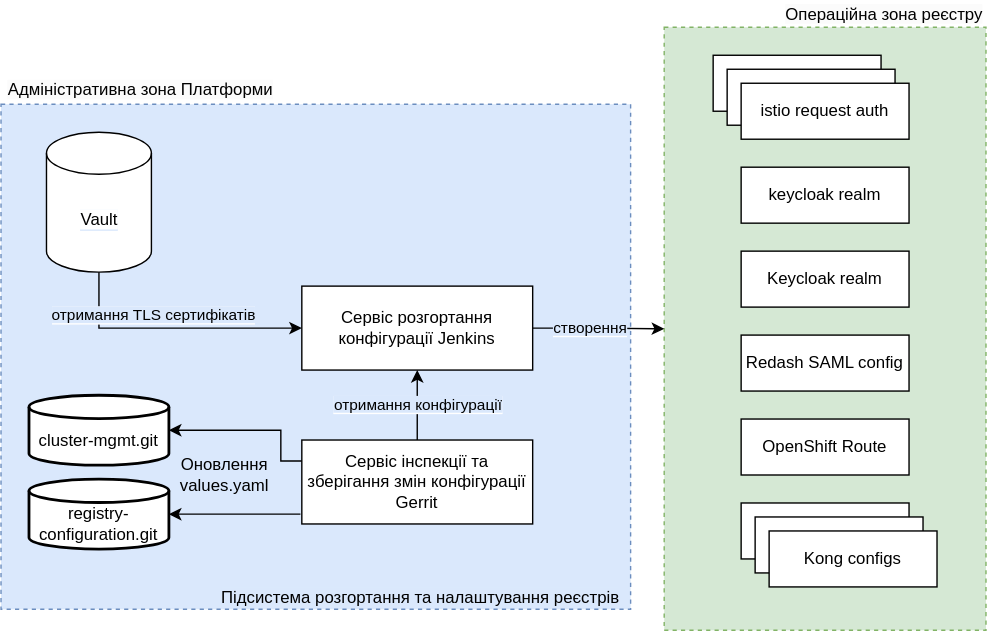
Above: modules/arch/images/architecture-workspace/platform-evolution/keycloak-dns/keycloak-url-configuration-level.svg in epam/edp-ddm-architecture (draw.io), before the change. Source tidied: cells renumbered, new cells last; positions are measured from the earlier drawing's top-left corner, leaving out a move shared by most shapes.
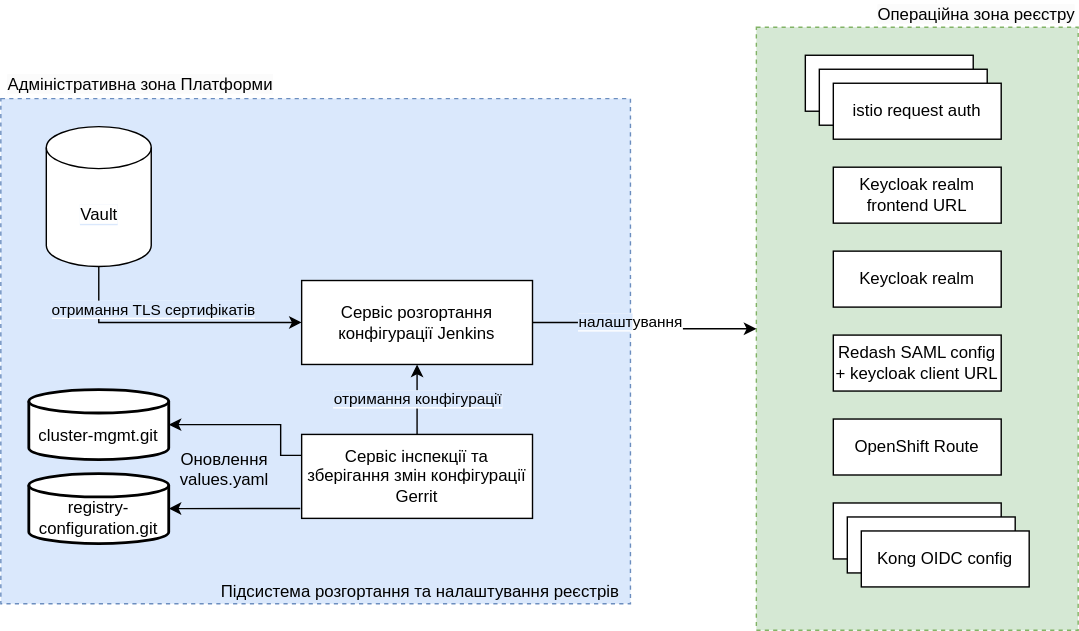
Above is the later version.

Commit message:
[EDP-DDM-22509] update Keycloak dns design

The edit, as a diff of the source:
```diff
@@ -6,39 +6,39 @@
       <mxGeometry x="474" y="19" width="230" height="431" as="geometry" />
     </mxCell>
     <mxCell id="3" style="rounded=0;whiteSpace=wrap;html=1;fillColor=#dae8fc;strokeColor=#6c8ebf;dashed=1;" parent="1" vertex="1">
-      <mxGeometry y="74" width="450" height="361" as="geometry" />
+      <mxGeometry x="-66" y="70" width="450" height="361" as="geometry" />
     </mxCell>
     <mxCell id="4" value="&lt;br&gt;cluster-mgmt.git" style="strokeWidth=2;html=1;shape=mxgraph.flowchart.database;whiteSpace=wrap;" parent="1" vertex="1">
-      <mxGeometry x="20" y="282" width="100" height="50" as="geometry" />
+      <mxGeometry x="-46" y="278" width="100" height="50" as="geometry" />
     </mxCell>
     <mxCell id="5" value="&lt;br&gt;registry-configuration.git" style="strokeWidth=2;html=1;shape=mxgraph.flowchart.database;whiteSpace=wrap;" parent="1" vertex="1">
-      <mxGeometry x="20" y="342" width="100" height="50" as="geometry" />
+      <mxGeometry x="-46" y="338" width="100" height="50" as="geometry" />
     </mxCell>
     <mxCell id="6" value="&lt;span style=&quot;color: rgb(0, 0, 0); font-family: Helvetica; font-size: 12px; font-style: normal; font-variant-ligatures: normal; font-variant-caps: normal; font-weight: 400; letter-spacing: normal; orphans: 2; text-align: center; text-indent: 0px; text-transform: none; widows: 2; word-spacing: 0px; -webkit-text-stroke-width: 0px; text-decoration-thickness: initial; text-decoration-style: initial; text-decoration-color: initial; float: none; display: inline !important; background-color: rgb(218, 232, 252);&quot;&gt;Підсистема розгортання та налаштування реєстрів&lt;/span&gt;" style="text;html=1;strokeColor=none;fillColor=none;align=center;verticalAlign=middle;whiteSpace=wrap;rounded=0;" parent="1" vertex="1">
-      <mxGeometry x="150" y="419" width="300" height="16" as="geometry" />
+      <mxGeometry x="84" y="415" width="300" height="16" as="geometry" />
     </mxCell>
     <mxCell id="7" value="Сервіс інспекції та зберігання змін конфігурації Gerrit" style="rounded=0;whiteSpace=wrap;html=1;" parent="1" vertex="1">
-      <mxGeometry x="215" y="314" width="165" height="60" as="geometry" />
+      <mxGeometry x="149" y="310" width="165" height="60" as="geometry" />
     </mxCell>
     <mxCell id="8" style="endArrow=classic;html=1;rounded=0;entryX=1;entryY=0.5;entryDx=0;entryDy=0;entryPerimeter=0;exitX=0;exitY=0.25;exitDx=0;exitDy=0;" parent="1" edge="1" source="7" target="4">
       <mxGeometry relative="1" as="geometry">
         <Array as="points">
-          <mxPoint x="200" y="329" />
-          <mxPoint x="200" y="307" />
+          <mxPoint x="134" y="325" />
+          <mxPoint x="134" y="303" />
         </Array>
       </mxGeometry>
     </mxCell>
     <mxCell id="9" value="Оновлення values.yaml" style="text;html=1;strokeColor=none;fillColor=none;align=center;verticalAlign=middle;whiteSpace=wrap;rounded=0;" parent="1" vertex="1">
-      <mxGeometry x="130" y="324" width="60" height="30" as="geometry" />
+      <mxGeometry x="64" y="320" width="60" height="30" as="geometry" />
     </mxCell>
     <mxCell id="10" style="edgeStyle=orthogonalEdgeStyle;rounded=0;jettySize=auto;html=1;" parent="1" edge="1" source="12" target="2">
       <mxGeometry relative="1" as="geometry" />
     </mxCell>
-    <mxCell id="11" value="&lt;span style=&quot;background-color: rgb(218, 232, 252);&quot;&gt;створення&lt;/span&gt;" style="edgeLabel;html=1;align=center;verticalAlign=middle;" parent="10" vertex="1">
+    <mxCell id="11" value="&lt;span style=&quot;background-color: rgb(218, 232, 252);&quot;&gt;налашт&lt;/span&gt;ування" style="edgeLabel;html=1;align=center;verticalAlign=middle;" parent="10" vertex="1">
       <mxGeometry x="-0.16" y="1" relative="1" as="geometry" />
     </mxCell>
     <mxCell id="12" value="Сервіс розгортання конфігурації Jenkins" style="rounded=0;whiteSpace=wrap;html=1;" parent="1" vertex="1">
-      <mxGeometry x="215" y="204" width="165" height="60" as="geometry" />
+      <mxGeometry x="149" y="200" width="165" height="60" as="geometry" />
     </mxCell>
     <mxCell id="13" style="endArrow=classic;html=1;rounded=0;entryX=0.5;entryY=1;entryDx=0;entryDy=0;exitX=0.5;exitY=0;exitDx=0;exitDy=0;" parent="1" edge="1" source="7" target="12">
       <mxGeometry relative="1" as="geometry" />
@@ -49,7 +49,7 @@
       </mxGeometry>
     </mxCell>
     <mxCell id="15" value="&lt;meta charset=&quot;utf-8&quot;&gt;&lt;span style=&quot;color: rgb(0, 0, 0); font-family: Helvetica; font-size: 12px; font-style: normal; font-variant-ligatures: normal; font-variant-caps: normal; font-weight: 400; letter-spacing: normal; orphans: 2; text-align: center; text-indent: 0px; text-transform: none; widows: 2; word-spacing: 0px; -webkit-text-stroke-width: 0px; background-color: rgb(251, 251, 251); text-decoration-thickness: initial; text-decoration-style: initial; text-decoration-color: initial; float: none; display: inline !important;&quot;&gt;Адміністративна зона Платформи&lt;/span&gt;" style="text;html=1;strokeColor=none;fillColor=none;align=center;verticalAlign=middle;whiteSpace=wrap;rounded=0;" parent="1" vertex="1">
-      <mxGeometry y="54" width="200" height="19" as="geometry" />
+      <mxGeometry x="-66" y="50" width="200" height="19" as="geometry" />
     </mxCell>
     <mxCell id="16" style="rounded=0;whiteSpace=wrap;html=1;" parent="1" vertex="1">
       <mxGeometry x="509" y="39" width="120" height="40" as="geometry" />
@@ -60,13 +60,13 @@
     <mxCell id="18" value="istio request auth" style="rounded=0;whiteSpace=wrap;html=1;" parent="1" vertex="1">
       <mxGeometry x="529" y="59" width="120" height="40" as="geometry" />
     </mxCell>
-    <mxCell id="19" value="keycloak realm" style="rounded=0;whiteSpace=wrap;html=1;" parent="1" vertex="1">
+    <mxCell id="19" value="Keycloak realm frontend URL" style="rounded=0;whiteSpace=wrap;html=1;" parent="1" vertex="1">
       <mxGeometry x="529" y="119" width="120" height="40" as="geometry" />
     </mxCell>
     <mxCell id="20" value="Keycloak realm" style="rounded=0;whiteSpace=wrap;html=1;" parent="1" vertex="1">
       <mxGeometry x="529" y="179" width="120" height="40" as="geometry" />
     </mxCell>
-    <mxCell id="21" value="Redash SAML config" style="rounded=0;whiteSpace=wrap;html=1;" parent="1" vertex="1">
+    <mxCell id="21" value="Redash SAML config + keycloak client URL" style="rounded=0;whiteSpace=wrap;html=1;" parent="1" vertex="1">
       <mxGeometry x="529" y="239" width="120" height="40" as="geometry" />
     </mxCell>
     <mxCell id="22" value="&lt;span style=&quot;color: rgb(0, 0, 0); font-family: Helvetica; font-size: 12px; font-style: normal; font-variant-ligatures: normal; font-variant-caps: normal; font-weight: 400; letter-spacing: normal; orphans: 2; text-align: center; text-indent: 0px; text-transform: none; widows: 2; word-spacing: 0px; -webkit-text-stroke-width: 0px; background-color: rgb(251, 251, 251); text-decoration-thickness: initial; text-decoration-style: initial; text-decoration-color: initial; float: none; display: inline !important;&quot;&gt;Операційна зона реєстру&lt;/span&gt;" style="text;html=1;strokeColor=none;fillColor=none;align=center;verticalAlign=middle;whiteSpace=wrap;rounded=0;" parent="1" vertex="1">
@@ -81,16 +81,16 @@
     <mxCell id="25" value="Kong configs" style="rounded=0;whiteSpace=wrap;html=1;" parent="1" vertex="1">
       <mxGeometry x="539" y="369" width="120" height="40" as="geometry" />
     </mxCell>
-    <mxCell id="26" value="Kong configs" style="rounded=0;whiteSpace=wrap;html=1;" parent="1" vertex="1">
+    <mxCell id="26" value="Kong OIDC config" style="rounded=0;whiteSpace=wrap;html=1;" parent="1" vertex="1">
       <mxGeometry x="549" y="379" width="120" height="40" as="geometry" />
     </mxCell>
     <mxCell id="27" value="&lt;span style=&quot;background-color: rgb(255, 255, 255);&quot;&gt;Vault&lt;/span&gt;" style="shape=cylinder3;whiteSpace=wrap;html=1;boundedLbl=1;backgroundOutline=1;size=15;labelBackgroundColor=#DAE8FC;" parent="1" vertex="1">
-      <mxGeometry x="32.5" y="94" width="75" height="100" as="geometry" />
+      <mxGeometry x="-33.5" y="90" width="75" height="100" as="geometry" />
     </mxCell>
     <mxCell id="28" style="endArrow=classic;html=1;rounded=0;exitX=0.5;exitY=1;exitDx=0;exitDy=0;exitPerimeter=0;entryX=0;entryY=0.5;entryDx=0;entryDy=0;" parent="1" edge="1" source="27" target="12">
       <mxGeometry relative="1" as="geometry">
         <Array as="points">
-          <mxPoint x="70" y="234" />
+          <mxPoint x="4" y="230" />
         </Array>
       </mxGeometry>
     </mxCell>
```
